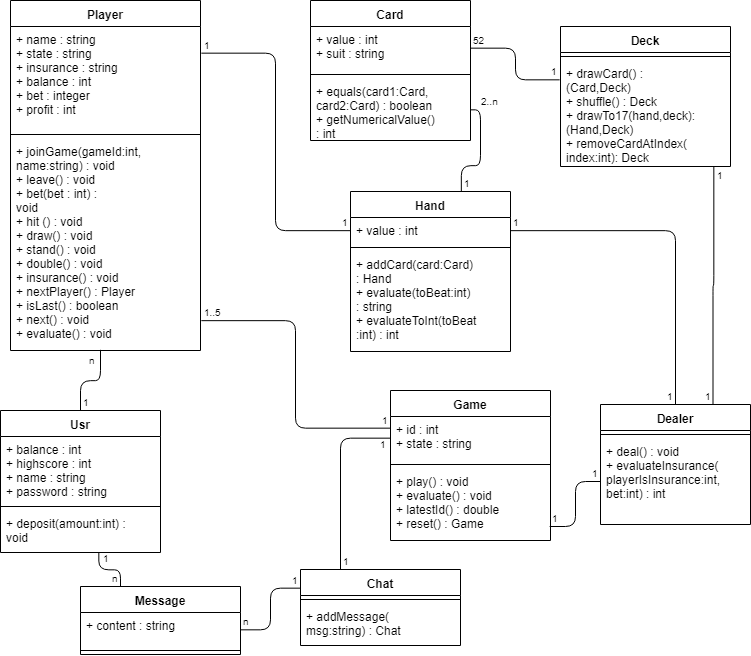
danielmeint/xml keeps this draw.io diagram as documentation/diagrams/UML.png. Above is the earlier version. Source tidied: cells renumbered, new cells last; positions are measured from the earlier drawing's top-left corner, leaving out a move shared by most shapes.
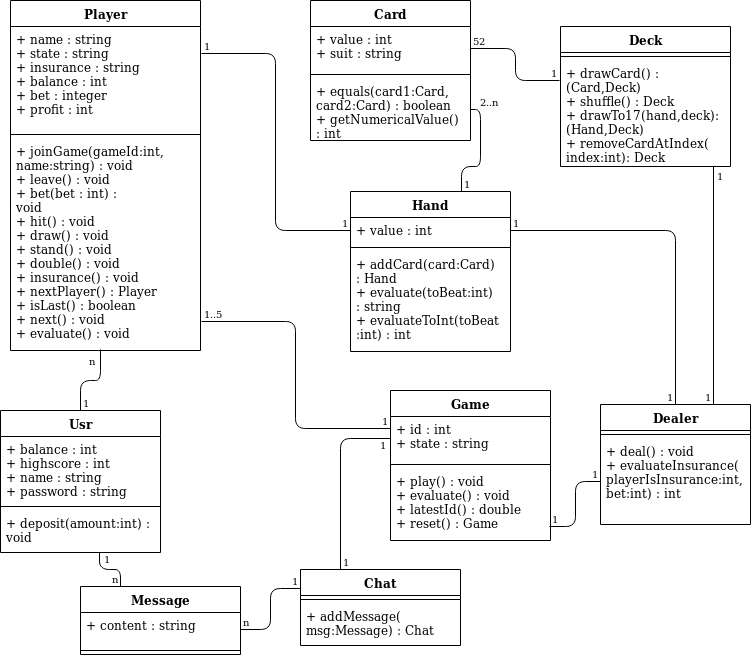
The same diagram one commit later.

Change to the diagram source:
```diff
@@ -32,7 +32,7 @@
     <mxCell id="11" style="line;strokeWidth=1;fillColor=none;align=left;verticalAlign=middle;spacingTop=-1;spacingLeft=3;spacingRight=3;labelPosition=right;" parent="9" vertex="1">
       <mxGeometry y="130" width="190" height="8" as="geometry" />
     </mxCell>
-    <mxCell id="12" value="+ joinGame(gameId:int,&#10;name:string) : void&#10;+ leave() : void&#10;+ bet(bet : int) :&#10;void&#10;+ hit () : void&#10;+ draw() : void&#10;+ stand() : void&#10;+ double() : void&#10;+ insurance() : void&#10;+ nextPlayer() : Player&#10;+ isLast() : boolean&#10;+ next() : void&#10;+ evaluate() : void&#10;&#10;&#10;&#10;" style="text;strokeColor=none;fillColor=none;align=left;verticalAlign=top;spacingLeft=4;spacingRight=4;overflow=hidden;points=[[0,0.5],[1,0.5]];portConstraint=eastwest;" parent="9" vertex="1">
+    <mxCell id="12" value="+ joinGame(gameId:int,&#10;name:string) : void&#10;+ leave() : void&#10;+ bet(bet : int) :&#10;void&#10;+ hit() : void&#10;+ draw() : void&#10;+ stand() : void&#10;+ double() : void&#10;+ insurance() : void&#10;+ nextPlayer() : Player&#10;+ isLast() : boolean&#10;+ next() : void&#10;+ evaluate() : void&#10;&#10;&#10;&#10;" style="text;strokeColor=none;fillColor=none;align=left;verticalAlign=top;spacingLeft=4;spacingRight=4;overflow=hidden;points=[[0,0.5],[1,0.5]];portConstraint=eastwest;" parent="9" vertex="1">
       <mxGeometry y="138" width="190" height="212" as="geometry" />
     </mxCell>
     <mxCell id="13" style="endArrow=none;html=1;edgeStyle=orthogonalEdgeStyle;exitX=1.005;exitY=0.861;exitDx=0;exitDy=0;entryX=0;entryY=0.273;entryDx=0;entryDy=0;entryPerimeter=0;exitPerimeter=0;" parent="1" edge="1" source="12" target="3">
@@ -144,7 +144,7 @@
     <mxCell id="47" style="line;strokeWidth=1;fillColor=none;align=left;verticalAlign=middle;spacingTop=-1;spacingLeft=3;spacingRight=3;labelPosition=right;" parent="46" vertex="1">
       <mxGeometry y="26" width="160" height="8" as="geometry" />
     </mxCell>
-    <mxCell id="48" value="+ addMessage(&#10;msg:string) : Chat" style="text;strokeColor=none;fillColor=none;align=left;verticalAlign=top;spacingLeft=4;spacingRight=4;overflow=hidden;" parent="46" vertex="1">
+    <mxCell id="48" value="+ addMessage(&#10;msg:Message) : Chat" style="text;strokeColor=none;fillColor=none;align=left;verticalAlign=top;spacingLeft=4;spacingRight=4;overflow=hidden;" parent="46" vertex="1">
       <mxGeometry y="34" width="160" height="42" as="geometry" />
     </mxCell>
     <mxCell id="49" style="endArrow=none;html=1;edgeStyle=orthogonalEdgeStyle;exitX=0.694;exitY=0;exitDx=0;exitDy=0;exitPerimeter=0;entryX=1;entryY=0.5;entryDx=0;entryDy=0;" parent="1" edge="1" source="19" target="35">
```
